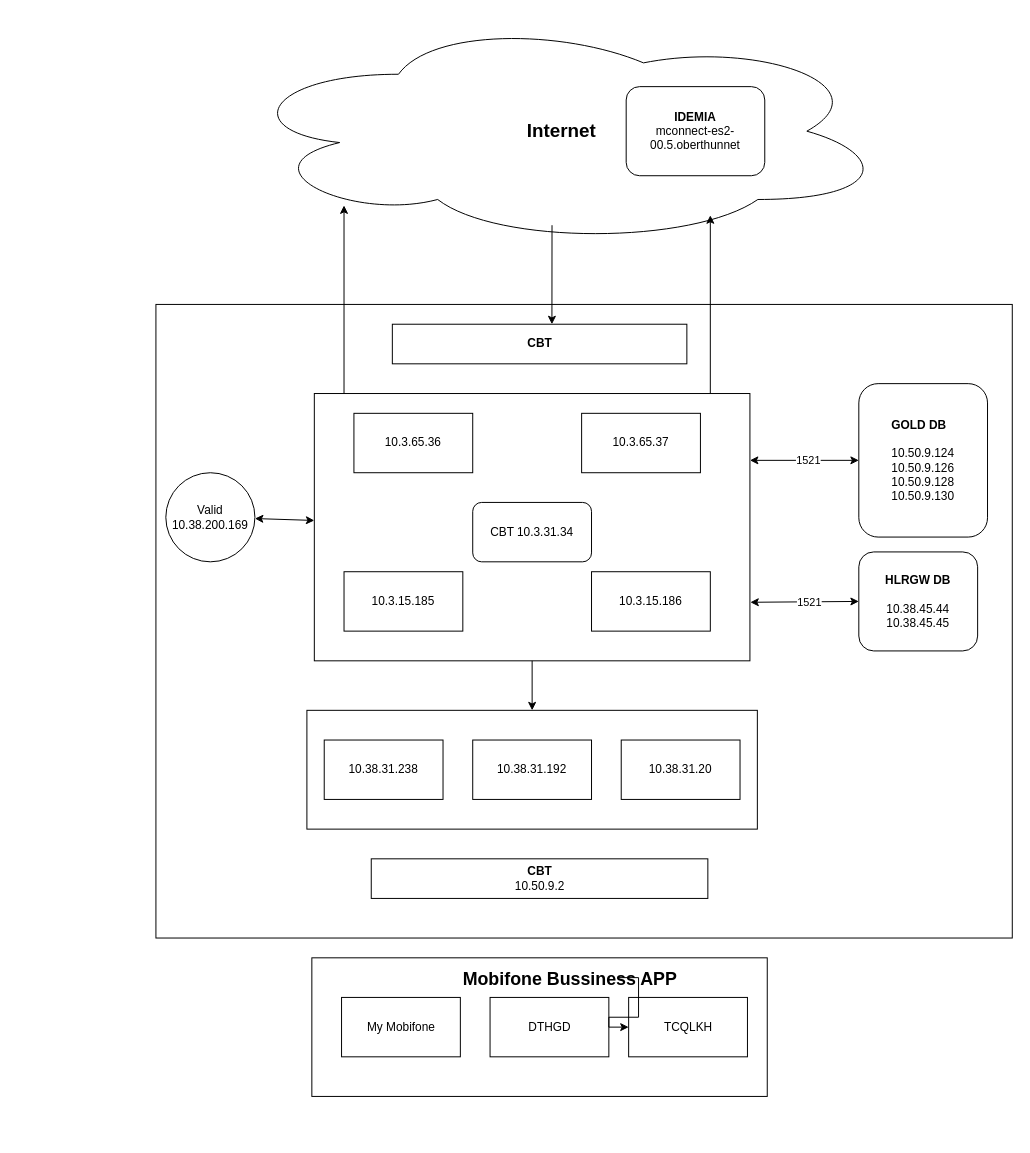
The draw.io diagram Untitled Diagram.drawio in ducanhslvp/test, before the edit. Source tidied: cells renumbered, new cells numbered last; positions are measured from the earlier drawing's top-left corner, leaving out a move shared by most shapes. Both pictures are drawn from the tidied source at 99%, with x=0, y=0 at pixel (155, 17).
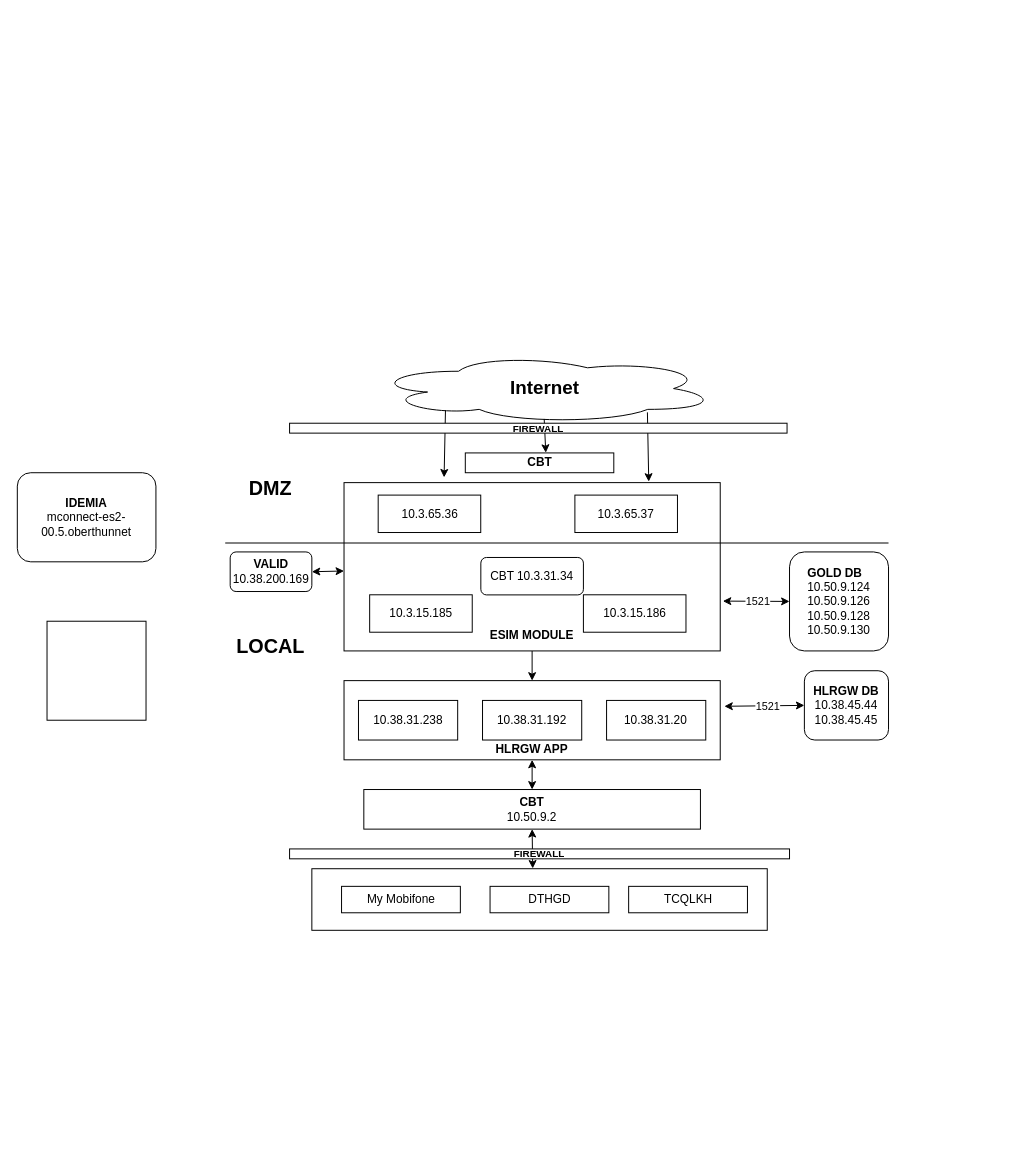
The same diagram, later.

Diff of the diagram source:
```diff
@@
     <mxCell id="2" style="group;" parent="1" vertex="1">
-      <mxGeometry x="157.5" y="950" width="460" height="180" as="geometry" />
+      <mxGeometry x="157.5" y="860" width="460" height="80" as="geometry" />
     </mxCell>
     <mxCell id="3" style="rounded=0;whiteSpace=wrap;html=1;" parent="2" vertex="1">
-      <mxGeometry width="460" height="140" as="geometry" />
+      <mxGeometry width="460" height="62.2" as="geometry" />
     </mxCell>
     <mxCell id="4" value="My Mobifone" style="rounded=0;whiteSpace=wrap;html=1;" parent="2" vertex="1">
-      <mxGeometry x="30" y="40" width="120" height="60" as="geometry" />
+      <mxGeometry x="30" y="17.8" width="120" height="26.7" as="geometry" />
     </mxCell>
     <mxCell id="5" value="DTHGD" style="rounded=0;whiteSpace=wrap;html=1;" parent="2" vertex="1">
-      <mxGeometry x="180" y="40" width="120" height="60" as="geometry" />
+      <mxGeometry x="180" y="17.8" width="120" height="26.7" as="geometry" />
     </mxCell>
     <mxCell id="6" value="TCQLKH" style="rounded=0;whiteSpace=wrap;html=1;" parent="2" vertex="1">
-      <mxGeometry x="320" y="40" width="120" height="60" as="geometry" />
+      <mxGeometry x="320" y="17.8" width="120" height="26.7" as="geometry" />
     </mxCell>
-    <mxCell id="7" style="edgeStyle=orthogonalEdgeStyle;rounded=0;jettySize=auto;html=1;" parent="2" edge="1" source="8" target="6">
-      <mxGeometry relative="1" as="geometry" />
-    </mxCell>
-    <mxCell id="8" value="&lt;font style=&quot;font-size: 18px;&quot;&gt;Mobifone Bussiness APP&lt;/font&gt;" style="text;strokeColor=none;fillColor=none;html=1;fontSize=24;fontStyle=1;verticalAlign=middle;align=center;" parent="2" vertex="1">
-      <mxGeometry x="210" width="100" height="40" as="geometry" />
-    </mxCell>
     <mxCell id="9" style="rounded=0;whiteSpace=wrap;html=1;" parent="1" vertex="1">
-      <mxGeometry y="290" width="865" height="640" as="geometry" />
+      <mxGeometry x="-110" y="610" width="100" height="100" as="geometry" />
     </mxCell>
-    <mxCell id="10" style="rounded=0;whiteSpace=wrap;html=1;" parent="1" vertex="1">
-      <mxGeometry x="160" y="380" width="440" height="270" as="geometry" />
-    </mxCell>
-    <mxCell id="11" value="&lt;div style=&quot;text-align: justify;&quot;&gt;&lt;b style=&quot;background-color: initial;&quot;&gt;GOLD DB&lt;/b&gt;&lt;/div&gt;&lt;div style=&quot;text-align: justify;&quot;&gt;&lt;br&gt;&lt;/div&gt;10.50.9.124&lt;br&gt;10.50.9.126&lt;br&gt;10.50.9.128&lt;br&gt;10.50.9.130" style="rounded=1;whiteSpace=wrap;html=1;" parent="1" vertex="1">
-      <mxGeometry x="710" y="370" width="130" height="155" as="geometry" />
+    <mxCell id="11" value="&lt;div style=&quot;text-align: justify;&quot;&gt;&lt;b style=&quot;background-color: initial;&quot;&gt;GOLD DB&lt;/b&gt;&lt;/div&gt;10.50.9.124&lt;br&gt;10.50.9.126&lt;br&gt;10.50.9.128&lt;br&gt;10.50.9.130" style="rounded=1;whiteSpace=wrap;html=1;" parent="1" vertex="1">
+      <mxGeometry x="640" y="540" width="100" height="100" as="geometry" />
     </mxCell>
-    <mxCell id="12" value="10.3.65.36" style="rounded=0;whiteSpace=wrap;html=1;" parent="1" vertex="1">
-      <mxGeometry x="200" y="400" width="120" height="60" as="geometry" />
-    </mxCell>
-    <mxCell id="13" value="10.3.65.37" style="rounded=0;whiteSpace=wrap;html=1;" parent="1" vertex="1">
-      <mxGeometry x="430" y="400" width="120" height="60" as="geometry" />
-    </mxCell>
-    <mxCell id="14" value="CBT 10.3.31.34" style="rounded=1;whiteSpace=wrap;html=1;" parent="1" vertex="1">
-      <mxGeometry x="320" y="490" width="120" height="60" as="geometry" />
-    </mxCell>
-    <mxCell id="15" value="10.3.15.185" style="rounded=0;whiteSpace=wrap;html=1;" parent="1" vertex="1">
-      <mxGeometry x="190" y="560" width="120" height="60" as="geometry" />
-    </mxCell>
-    <mxCell id="16" value="10.3.15.186" style="rounded=0;whiteSpace=wrap;html=1;" parent="1" vertex="1">
-      <mxGeometry x="440" y="560" width="120" height="60" as="geometry" />
-    </mxCell>
     <mxCell id="17" style="group;" parent="1" vertex="1">
-      <mxGeometry x="152.5" y="700" width="455" height="120" as="geometry" />
+      <mxGeometry x="190" y="670" width="380" height="80" as="geometry" />
     </mxCell>
     <mxCell id="18" style="rounded=0;whiteSpace=wrap;html=1;" parent="17" vertex="1">
-      <mxGeometry width="455" height="120" as="geometry" />
+      <mxGeometry width="380" height="80" as="geometry" />
     </mxCell>
     <mxCell id="19" value="10.38.31.238" style="rounded=0;whiteSpace=wrap;html=1;" parent="17" vertex="1">
-      <mxGeometry x="17.5" y="30" width="120" height="60" as="geometry" />
+      <mxGeometry x="14.6" y="20" width="100.2" height="40" as="geometry" />
     </mxCell>
     <mxCell id="20" value="10.38.31.192" style="rounded=0;whiteSpace=wrap;html=1;" parent="17" vertex="1">
-      <mxGeometry x="167.5" y="30" width="120" height="60" as="geometry" />
+      <mxGeometry x="139.9" y="20" width="100.2" height="40" as="geometry" />
     </mxCell>
     <mxCell id="21" value="10.38.31.20" style="rounded=0;whiteSpace=wrap;html=1;" parent="17" vertex="1">
-      <mxGeometry x="317.5" y="30" width="120" height="60" as="geometry" />
+      <mxGeometry x="265.2" y="20" width="100.2" height="40" as="geometry" />
     </mxCell>
+    <mxCell id="38" value="&lt;b&gt;HLRGW APP&lt;/b&gt;" style="text;html=1;strokeColor=none;fillColor=none;align=center;verticalAlign=middle;whiteSpace=wrap;rounded=0;" parent="17" vertex="1">
+      <mxGeometry x="139.9" y="60" width="100.2" height="20" as="geometry" />
+    </mxCell>
     <mxCell id="22" value="&lt;b&gt;CBT&lt;/b&gt;&lt;br&gt;10.50.9.2" style="rounded=0;whiteSpace=wrap;html=1;" parent="1" vertex="1">
-      <mxGeometry x="217.5" y="850" width="340" height="40" as="geometry" />
+      <mxGeometry x="210" y="780" width="340" height="40" as="geometry" />
     </mxCell>
-    <mxCell id="23" value="&lt;b&gt;HLRGW DB&lt;br&gt;&lt;/b&gt;&lt;br&gt;10.38.45.44&lt;br&gt;10.38.45.45" style="rounded=1;whiteSpace=wrap;html=1;" parent="1" vertex="1">
-      <mxGeometry x="710" y="540" width="120" height="100" as="geometry" />
+    <mxCell id="23" value="&lt;b&gt;HLRGW DB&lt;/b&gt;&lt;br&gt;10.38.45.44&lt;br&gt;10.38.45.45" style="rounded=1;whiteSpace=wrap;html=1;" parent="1" vertex="1">
+      <mxGeometry x="655" y="660" width="85" height="70" as="geometry" />
     </mxCell>
-    <mxCell id="24" value="Valid&lt;br&gt;10.38.200.169" style="ellipse;whiteSpace=wrap;html=1;" parent="1" vertex="1">
-      <mxGeometry x="10" y="460" width="90" height="90" as="geometry" />
-    </mxCell>
     <mxCell id="25" value="&lt;b&gt;CBT&lt;/b&gt;" style="rounded=0;whiteSpace=wrap;html=1;" parent="1" vertex="1">
-      <mxGeometry x="238.8" y="310" width="297.5" height="40" as="geometry" />
+      <mxGeometry x="312.5" y="440" width="150" height="20" as="geometry" />
     </mxCell>
     <mxCell id="26" style="group;" parent="1" vertex="1">
-      <mxGeometry x="80" width="660" height="230" as="geometry" />
+      <mxGeometry x="208.8" y="340" width="357.5" height="70" as="geometry" />
     </mxCell>
     <mxCell id="27" value="&lt;div style=&quot;text-align: justify;&quot;&gt;&lt;b style=&quot;background-color: initial;&quot;&gt;&lt;font style=&quot;font-size: 19px;&quot;&gt;Internet&lt;/font&gt;&lt;/b&gt;&lt;/div&gt;" style="ellipse;shape=cloud;whiteSpace=wrap;html=1;align=center;" parent="26" vertex="1">
-      <mxGeometry width="660" height="230" as="geometry" />
+      <mxGeometry x="10" width="347.5" height="70" as="geometry" />
     </mxCell>
-    <mxCell id="28" value="&lt;b&gt;IDEMIA&lt;/b&gt;&lt;br&gt;mconnect-es2-00.5.oberthunnet" style="rounded=1;whiteSpace=wrap;html=1;" parent="26" vertex="1">
-      <mxGeometry x="395" y="70" width="140" height="90" as="geometry" />
-    </mxCell>
@@
-    <mxCell id="30" style="endArrow=classic;startArrow=classic;html=1;rounded=0;exitX=1;exitY=0.25;exitDx=0;exitDy=0;entryX=0;entryY=0.5;entryDx=0;entryDy=0;" parent="1" edge="1" source="10" target="11">
+    <mxCell id="30" style="endArrow=classic;startArrow=classic;html=1;rounded=0;entryX=0;entryY=0.5;entryDx=0;entryDy=0;exitX=1.007;exitY=0.704;exitDx=0;exitDy=0;exitPerimeter=0;" parent="1" edge="1" source="10" target="11">
       <mxGeometry relative="1" as="geometry" />
     </mxCell>
@@
-    <mxCell id="32" style="endArrow=classic;startArrow=classic;html=1;rounded=0;exitX=1.001;exitY=0.781;exitDx=0;exitDy=0;exitPerimeter=0;entryX=0;entryY=0.5;entryDx=0;entryDy=0;" parent="1" edge="1" source="10" target="23">
+    <mxCell id="32" style="endArrow=classic;startArrow=classic;html=1;rounded=0;entryX=0;entryY=0.5;entryDx=0;entryDy=0;exitX=1.011;exitY=0.324;exitDx=0;exitDy=0;exitPerimeter=0;" parent="1" edge="1" source="18" target="23">
       <mxGeometry relative="1" as="geometry" />
     </mxCell>
@@
-    <mxCell id="34" style="endArrow=classic;html=1;rounded=0;" parent="1" edge="1">
-      <mxGeometry relative="1" as="geometry">
-        <mxPoint x="190" y="380" as="sourcePoint" />
-        <mxPoint x="190" y="190" as="targetPoint" />
-      </mxGeometry>
+    <mxCell id="34" style="endArrow=classic;html=1;rounded=0;entryX=0.266;entryY=-0.031;entryDx=0;entryDy=0;entryPerimeter=0;exitX=0.212;exitY=0.813;exitDx=0;exitDy=0;exitPerimeter=0;" parent="1" edge="1" source="27" target="10">
+      <mxGeometry relative="1" as="geometry" />
     </mxCell>
-    <mxCell id="35" style="endArrow=classic;html=1;rounded=0;" parent="1" edge="1">
-      <mxGeometry relative="1" as="geometry">
-        <mxPoint x="560" y="380" as="sourcePoint" />
-        <mxPoint x="560" y="200" as="targetPoint" />
-      </mxGeometry>
+    <mxCell id="35" style="endArrow=classic;html=1;rounded=0;entryX=0.81;entryY=-0.006;entryDx=0;entryDy=0;entryPerimeter=0;exitX=0.799;exitY=0.843;exitDx=0;exitDy=0;exitPerimeter=0;" parent="1" edge="1" source="27" target="10">
+      <mxGeometry relative="1" as="geometry" />
     </mxCell>
-    <mxCell id="36" style="endArrow=classic;html=1;rounded=0;exitX=0.485;exitY=0.913;exitDx=0;exitDy=0;exitPerimeter=0;" parent="1" edge="1" source="27">
-      <mxGeometry relative="1" as="geometry">
-        <mxPoint x="400" y="310" as="targetPoint" />
-      </mxGeometry>
+    <mxCell id="36" style="endArrow=classic;html=1;rounded=0;entryX=0.542;entryY=-0.01;entryDx=0;entryDy=0;entryPerimeter=0;exitX=0.499;exitY=0.938;exitDx=0;exitDy=0;exitPerimeter=0;" parent="1" edge="1" source="27" target="25">
+      <mxGeometry relative="1" as="geometry" />
     </mxCell>
-    <mxCell id="37" style="endArrow=classic;startArrow=classic;html=1;rounded=0;" parent="1" edge="1" source="24" target="10">
+    <mxCell id="37" style="endArrow=classic;startArrow=classic;html=1;rounded=0;exitX=1;exitY=0.5;exitDx=0;exitDy=0;" parent="1" edge="1" source="46" target="10">
       <mxGeometry relative="1" as="geometry" />
     </mxCell>
+    <mxCell id="39" style="endArrow=classic;startArrow=classic;html=1;rounded=0;exitX=0.5;exitY=1;exitDx=0;exitDy=0;entryX=0.485;entryY=-0.004;entryDx=0;entryDy=0;entryPerimeter=0;" parent="1" edge="1" source="22" target="3">
+      <mxGeometry relative="1" as="geometry" />
+    </mxCell>
+    <mxCell id="40" style="endArrow=classic;startArrow=classic;html=1;rounded=0;exitX=0.5;exitY=1;exitDx=0;exitDy=0;entryX=0.5;entryY=0;entryDx=0;entryDy=0;" parent="1" edge="1" source="38" target="22">
+      <mxGeometry relative="1" as="geometry" />
+    </mxCell>
+    <mxCell id="41" style="group;" parent="1" vertex="1">
+      <mxGeometry x="190" y="470" width="380" height="170" as="geometry" />
+    </mxCell>
+    <mxCell id="10" style="rounded=0;whiteSpace=wrap;html=1;" parent="41" vertex="1">
+      <mxGeometry width="380" height="170" as="geometry" />
+    </mxCell>
+    <mxCell id="12" value="10.3.65.36" style="rounded=0;whiteSpace=wrap;html=1;" parent="41" vertex="1">
+      <mxGeometry x="34.5" y="12.6" width="103.6" height="37.8" as="geometry" />
+    </mxCell>
+    <mxCell id="13" value="10.3.65.37" style="rounded=0;whiteSpace=wrap;html=1;" parent="41" vertex="1">
+      <mxGeometry x="233.2" y="12.6" width="103.6" height="37.8" as="geometry" />
+    </mxCell>
+    <mxCell id="14" value="CBT 10.3.31.34" style="rounded=1;whiteSpace=wrap;html=1;" parent="41" vertex="1">
+      <mxGeometry x="138.2" y="75.6" width="103.6" height="37.8" as="geometry" />
+    </mxCell>
+    <mxCell id="15" value="10.3.15.185" style="rounded=0;whiteSpace=wrap;html=1;" parent="41" vertex="1">
+      <mxGeometry x="25.9" y="113.3" width="103.6" height="37.8" as="geometry" />
+    </mxCell>
+    <mxCell id="16" value="10.3.15.186" style="rounded=0;whiteSpace=wrap;html=1;" parent="41" vertex="1">
+      <mxGeometry x="241.8" y="113.3" width="103.6" height="37.8" as="geometry" />
+    </mxCell>
+    <mxCell id="42" value="&lt;b&gt;ESIM MODULE&lt;/b&gt;" style="text;html=1;strokeColor=none;fillColor=none;align=center;verticalAlign=middle;whiteSpace=wrap;rounded=0;" parent="41" vertex="1">
+      <mxGeometry x="120.9" y="144.8" width="138.2" height="18.9" as="geometry" />
+    </mxCell>
+    <mxCell id="28" value="&lt;b&gt;IDEMIA&lt;/b&gt;&lt;br&gt;mconnect-es2-00.5.oberthunnet" style="rounded=1;whiteSpace=wrap;html=1;" parent="1" vertex="1">
+      <mxGeometry x="-140" y="460" width="140" height="90" as="geometry" />
+    </mxCell>
+    <mxCell id="43" value="&lt;b&gt;&lt;font style=&quot;font-size: 10px;&quot;&gt;FIREWALL&lt;/font&gt;&lt;/b&gt;" style="rounded=0;whiteSpace=wrap;html=1;" parent="1" vertex="1">
+      <mxGeometry x="135" y="410" width="502.5" height="10" as="geometry" />
+    </mxCell>
+    <mxCell id="44" value="&lt;b&gt;&lt;font style=&quot;font-size: 10px;&quot;&gt;FIREWALL&lt;/font&gt;&lt;/b&gt;" style="rounded=0;whiteSpace=wrap;html=1;" parent="1" vertex="1">
+      <mxGeometry x="135" y="840" width="505" height="10" as="geometry" />
+    </mxCell>
+    <mxCell id="45" style="endArrow=none;html=1;rounded=0;" parent="1" edge="1">
+      <mxGeometry relative="1" as="geometry">
+        <mxPoint x="70" y="531" as="sourcePoint" />
+        <mxPoint x="740" y="531" as="targetPoint" />
+      </mxGeometry>
+    </mxCell>
+    <mxCell id="46" value="&lt;b&gt;VALID&lt;/b&gt;&lt;br style=&quot;border-color: var(--border-color);&quot;&gt;10.38.200.169" style="rounded=1;whiteSpace=wrap;html=1;" parent="1" vertex="1">
+      <mxGeometry x="75" y="540" width="82.5" height="40" as="geometry" />
+    </mxCell>
+    <mxCell id="47" value="&lt;b&gt;&lt;font style=&quot;font-size: 20px;&quot;&gt;DMZ&lt;/font&gt;&lt;/b&gt;" style="text;html=1;strokeColor=none;fillColor=none;align=center;verticalAlign=middle;whiteSpace=wrap;rounded=0;" parent="1" vertex="1">
+      <mxGeometry x="86.2" y="460" width="60" height="30" as="geometry" />
+    </mxCell>
+    <mxCell id="48" value="&lt;b style=&quot;&quot;&gt;&lt;font style=&quot;font-size: 20px;&quot;&gt;LOCAL&lt;/font&gt;&lt;/b&gt;" style="text;html=1;strokeColor=none;fillColor=none;align=center;verticalAlign=middle;whiteSpace=wrap;rounded=0;" parent="1" vertex="1">
+      <mxGeometry x="86.2" y="620" width="60" height="30" as="geometry" />
+    </mxCell>
```
